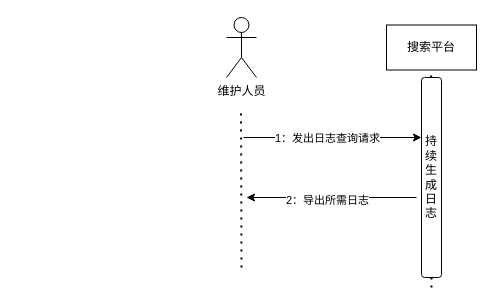
Above: 日志查询.drawio in RimLutienpeist/Draw_io_Repo (draw.io), before the change. Source tidied: cells renumbered, new cells numbered last; positions are measured from the earlier drawing's top-left corner, leaving out a move shared by most shapes. Both pictures are drawn from the tidied source at 100%, with x=0, y=0 at pixel (226, 17).
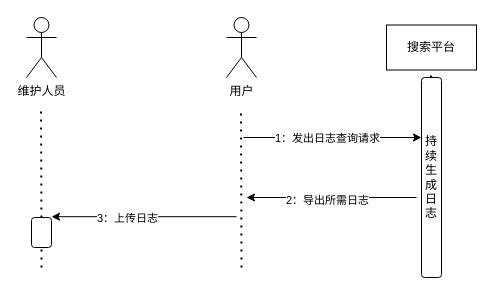
Above is the later version.

Commit message:
更新日志查询.drawio

The change refers to these unchanged cells:
```xml
<mxCell id="7" value="持续生成日志" style="rounded=1;whiteSpace=wrap;html=1;" parent="1" vertex="1">
  <mxGeometry x="195" y="60" width="20" height="200" as="geometry" />
</mxCell>
```

The edit, as a diff of the source:
```diff
@@
-    <mxCell id="2" value="维护人员" style="shape=umlActor;verticalLabelPosition=bottom;verticalAlign=top;html=1;" parent="1" vertex="1">
+    <mxCell id="2" value="用户" style="shape=umlActor;verticalLabelPosition=bottom;verticalAlign=top;html=1;" parent="1" vertex="1">
       <mxGeometry width="30" height="60" as="geometry" />
     </mxCell>
@@
-    <mxCell id="6" style="endArrow=none;dashed=1;html=1;dashPattern=1 3;strokeWidth=2;rounded=0;" parent="1" edge="1" target="7">
-      <mxGeometry relative="1" as="geometry">
-        <mxPoint x="205" y="270" as="sourcePoint" />
-      </mxGeometry>
-    </mxCell>
@@
+    <mxCell id="12" style="endArrow=classic;html=1;rounded=0;exitX=0;exitY=1;exitDx=0;exitDy=0;" parent="1" edge="1">
+      <mxGeometry relative="1" as="geometry">
+        <mxPoint x="10" y="199.2" as="sourcePoint" />
+        <mxPoint x="-175" y="199.2" as="targetPoint" />
+      </mxGeometry>
+    </mxCell>
+    <mxCell id="13" value="3：上传日志" style="edgeLabel;html=1;align=center;verticalAlign=middle;" parent="12" vertex="1">
+      <mxGeometry x="0.34" y="1" relative="1" as="geometry">
+        <mxPoint x="14" as="offset" />
+      </mxGeometry>
+    </mxCell>
+    <mxCell id="14" value="维护人员" style="shape=umlActor;verticalLabelPosition=bottom;verticalAlign=top;html=1;" parent="1" vertex="1">
+      <mxGeometry x="-200" width="30" height="60" as="geometry" />
+    </mxCell>
+    <mxCell id="15" style="endArrow=none;dashed=1;html=1;dashPattern=1 3;strokeWidth=2;rounded=0;" parent="1" edge="1" source="17">
+      <mxGeometry relative="1" as="geometry">
+        <mxPoint x="-185.5" y="90" as="targetPoint" />
+      </mxGeometry>
+    </mxCell>
+    <mxCell id="16" style="endArrow=none;dashed=1;html=1;dashPattern=1 3;strokeWidth=2;rounded=0;" parent="1" edge="1" target="17">
+      <mxGeometry relative="1" as="geometry">
+        <mxPoint x="-185" y="250" as="sourcePoint" />
+      </mxGeometry>
+    </mxCell>
+    <mxCell id="17" style="rounded=1;whiteSpace=wrap;html=1;" parent="1" vertex="1">
+      <mxGeometry x="-195" y="200" width="20" height="30" as="geometry" />
+    </mxCell>
```
